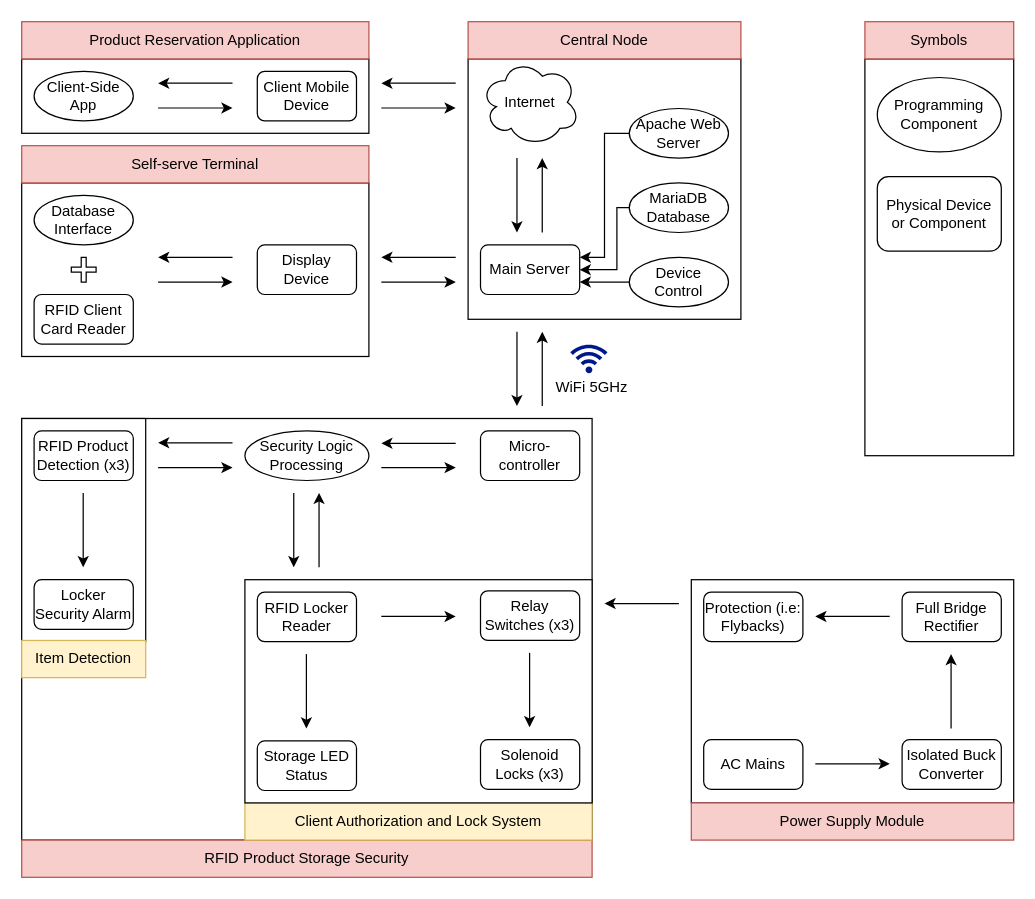
Above: Diagramme sans nom.drawio in vchuuba/realeGugoal (draw.io), before the change. Source tidied: cells renumbered, new cells numbered last; positions are measured from the earlier drawing's top-left corner, leaving out a move shared by most shapes. Both pictures are drawn from the tidied source at 124%, with x=0, y=0 at pixel (21, 21).
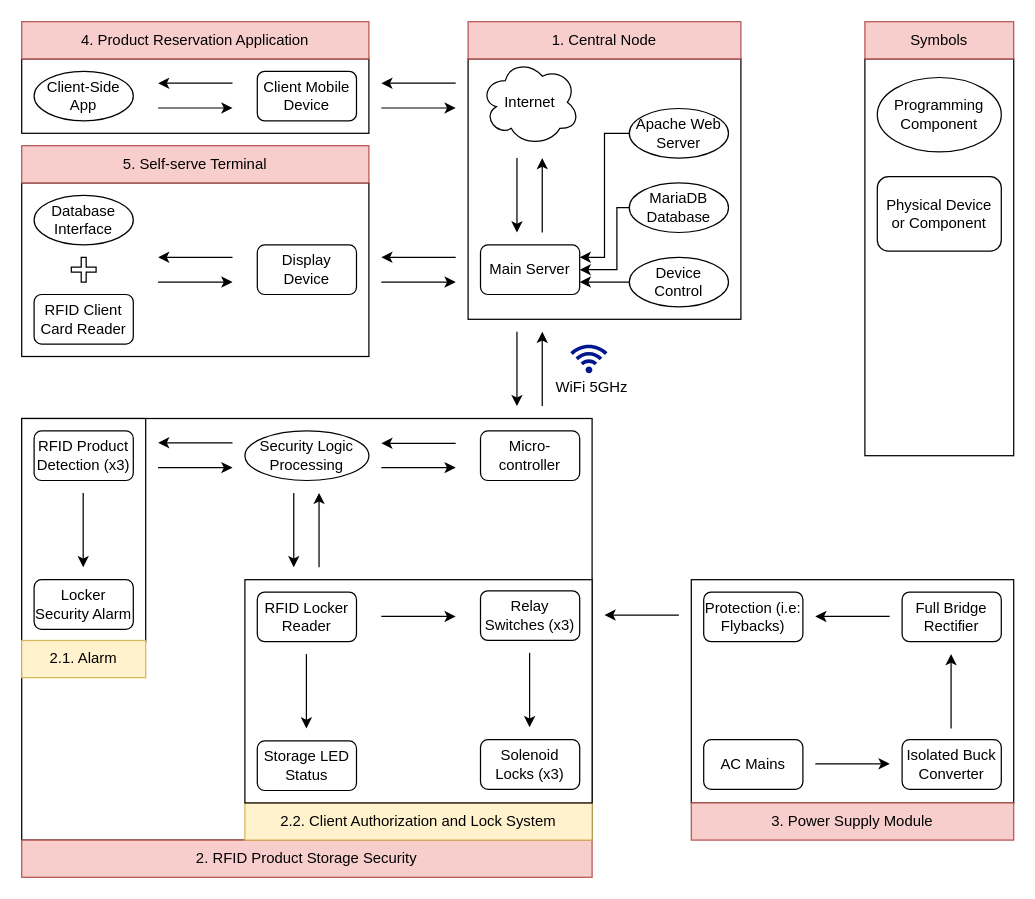
The same page after the edit.

Commit message (it also covers changes not shown here):
Mettre à jour Diagramme sans nom.drawio

Change to the diagram source:
```diff
@@
     <mxCell id="42" style="endArrow=classic;html=1;rounded=0;" parent="1" edge="1">
       <mxGeometry relative="1" as="geometry">
-        <mxPoint x="530" y="469.2" as="sourcePoint" />
-        <mxPoint x="470" y="469.2" as="targetPoint" />
+        <mxPoint x="530" y="478.5" as="sourcePoint" />
+        <mxPoint x="470" y="478.5" as="targetPoint" />
       </mxGeometry>
     </mxCell>
@@
-    <mxCell id="50" value="Product Reservation Application" style="text;html=1;whiteSpace=wrap;strokeColor=#b85450;fillColor=#f8cecc;align=center;verticalAlign=middle;rounded=0;" parent="1" vertex="1">
+    <mxCell id="50" value="4. Product Reservation Application" style="text;html=1;whiteSpace=wrap;strokeColor=#b85450;fillColor=#f8cecc;align=center;verticalAlign=middle;rounded=0;" parent="1" vertex="1">
       <mxGeometry width="280" height="30" as="geometry" />
     </mxCell>
-    <mxCell id="51" value="Self-serve Terminal" style="text;html=1;whiteSpace=wrap;strokeColor=#b85450;fillColor=#f8cecc;align=center;verticalAlign=middle;rounded=0;" parent="1" vertex="1">
+    <mxCell id="51" value="5. Self-serve Terminal" style="text;html=1;whiteSpace=wrap;strokeColor=#b85450;fillColor=#f8cecc;align=center;verticalAlign=middle;rounded=0;" parent="1" vertex="1">
       <mxGeometry y="100" width="280" height="30" as="geometry" />
     </mxCell>
-    <mxCell id="52" value="RFID Product Storage Security" style="text;html=1;whiteSpace=wrap;strokeColor=#b85450;fillColor=#f8cecc;align=center;verticalAlign=middle;rounded=0;" parent="1" vertex="1">
+    <mxCell id="52" value="2. RFID Product Storage Security" style="text;html=1;whiteSpace=wrap;strokeColor=#b85450;fillColor=#f8cecc;align=center;verticalAlign=middle;rounded=0;" parent="1" vertex="1">
       <mxGeometry y="660" width="460" height="30" as="geometry" />
     </mxCell>
-    <mxCell id="53" value="Power Supply Module" style="text;html=1;whiteSpace=wrap;strokeColor=#b85450;fillColor=#f8cecc;align=center;verticalAlign=middle;rounded=0;" parent="1" vertex="1">
+    <mxCell id="53" value="3. Power Supply Module" style="text;html=1;whiteSpace=wrap;strokeColor=#b85450;fillColor=#f8cecc;align=center;verticalAlign=middle;rounded=0;" parent="1" vertex="1">
       <mxGeometry x="540" y="630" width="260" height="30" as="geometry" />
     </mxCell>
-    <mxCell id="54" value="Central Node" style="text;html=1;whiteSpace=wrap;strokeColor=#b85450;fillColor=#f8cecc;align=center;verticalAlign=middle;rounded=0;" parent="1" vertex="1">
+    <mxCell id="54" value="1. Central Node" style="text;html=1;whiteSpace=wrap;strokeColor=#b85450;fillColor=#f8cecc;align=center;verticalAlign=middle;rounded=0;" parent="1" vertex="1">
       <mxGeometry x="360" width="220" height="30" as="geometry" />
     </mxCell>
@@
-    <mxCell id="61" value="Client Authorization and Lock System" style="text;html=1;whiteSpace=wrap;strokeColor=#d6b656;fillColor=#fff2cc;align=center;verticalAlign=middle;rounded=0;" parent="1" vertex="1">
+    <mxCell id="61" value="2.2. Client Authorization and Lock System" style="text;html=1;whiteSpace=wrap;strokeColor=#d6b656;fillColor=#fff2cc;align=center;verticalAlign=middle;rounded=0;" parent="1" vertex="1">
       <mxGeometry x="180" y="630" width="280" height="30" as="geometry" />
     </mxCell>
@@
-    <mxCell id="74" value="Item Detection" style="text;html=1;whiteSpace=wrap;strokeColor=#d6b656;fillColor=#fff2cc;align=center;verticalAlign=middle;rounded=0;" parent="1" vertex="1">
+    <mxCell id="74" value="2.1. Alarm" style="text;html=1;whiteSpace=wrap;strokeColor=#d6b656;fillColor=#fff2cc;align=center;verticalAlign=middle;rounded=0;" parent="1" vertex="1">
       <mxGeometry y="499" width="100" height="30" as="geometry" />
     </mxCell>
```
